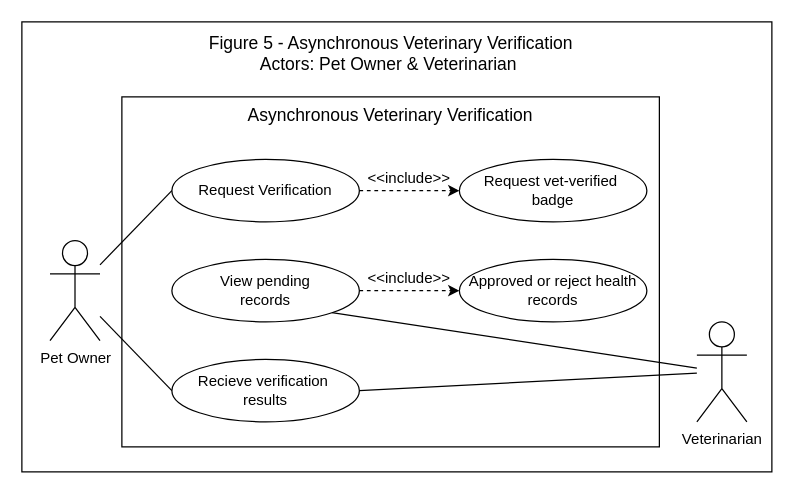
Chels013/Breedr-Diagrams keeps this draw.io diagram as page "fig-5" (5 of 10) of USE-CASE_Diagram_Franco.drawio. Above is the earlier version. Source tidied: cells renumbered, new cells numbered last; positions are measured from the earlier drawing's top-left corner, leaving out a move shared by most shapes. Both pictures are drawn from the tidied source at 125%, with x=0, y=0 at pixel (21, 21).
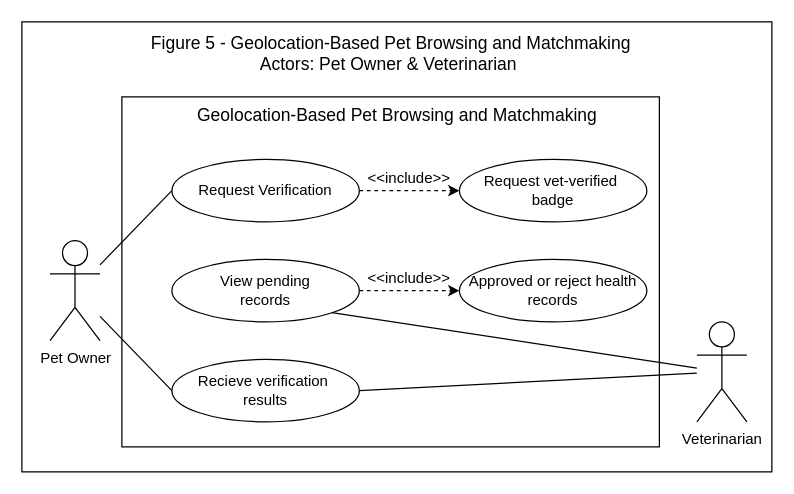
The same diagram, later.

Diff of the diagram source:
```diff
@@
-    <mxCell id="4" value="Figure 5 - Asynchronous Veterinary Verification&lt;div&gt;Actors: Pet Owner &amp;amp; Veterinarian&amp;nbsp;&lt;/div&gt;" style="text;html=1;align=center;verticalAlign=middle;whiteSpace=wrap;rounded=0;fontFamily=Helvetica;fontSize=14;fontColor=default;" parent="1" vertex="1">
-      <mxGeometry x="137.5" y="10" width="315" height="30" as="geometry" />
+    <mxCell id="4" value="Figure 5 - Geolocation-Based Pet Browsing and Matchmaking&lt;div&gt;Actors: Pet Owner &amp;amp; Veterinarian&amp;nbsp;&lt;/div&gt;" style="text;html=1;align=center;verticalAlign=middle;whiteSpace=wrap;rounded=0;fontFamily=Helvetica;fontSize=14;fontColor=default;" parent="1" vertex="1">
+      <mxGeometry x="78.8" y="10" width="432.5" height="30" as="geometry" />
     </mxCell>
-    <mxCell id="5" value="&lt;span style=&quot;color: rgb(0, 0, 0);&quot;&gt;Asynchronous Veterinary Verification&lt;/span&gt;" style="text;html=1;align=center;verticalAlign=middle;whiteSpace=wrap;rounded=0;fontFamily=Helvetica;fontSize=14;fontColor=default;" parent="1" vertex="1">
-      <mxGeometry x="175" y="60" width="240" height="30" as="geometry" />
+    <mxCell id="5" value="&lt;span style=&quot;color: rgb(0, 0, 0);&quot;&gt;Geolocation-Based Pet Browsing and Matchmaking&lt;/span&gt;" style="text;html=1;align=center;verticalAlign=middle;whiteSpace=wrap;rounded=0;fontFamily=Helvetica;fontSize=14;fontColor=default;" parent="1" vertex="1">
+      <mxGeometry x="127.5" y="60" width="345" height="30" as="geometry" />
     </mxCell>
```
